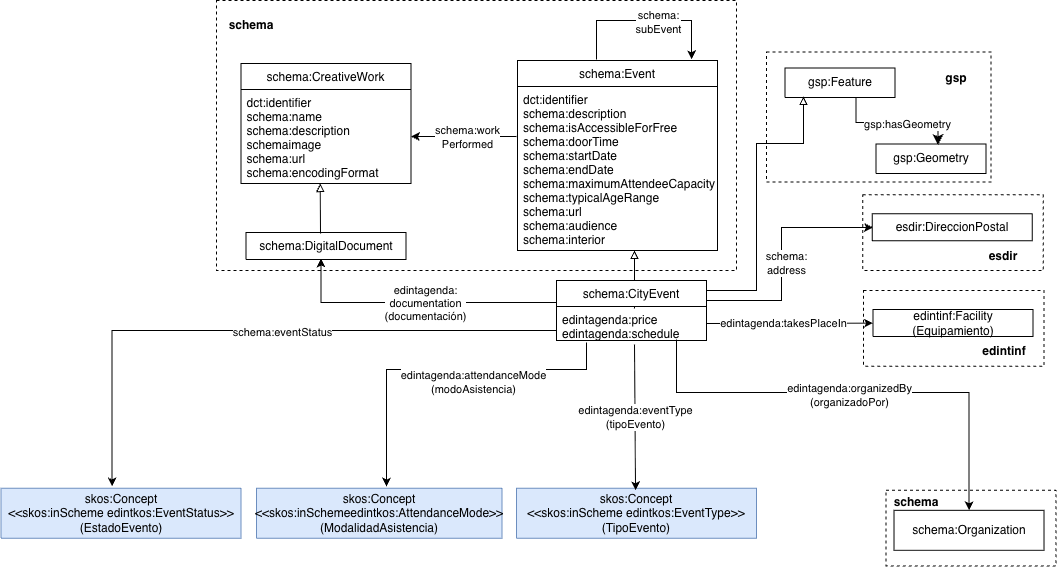
Before: diagrams/diagrama-conceptual.png, a diagram exported from draw.io (oeg-upm/edint-ontologia-agenda). Source tidied: cells renumbered, new cells last; positions are measured from the earlier drawing's top-left corner, leaving out a move shared by most shapes.
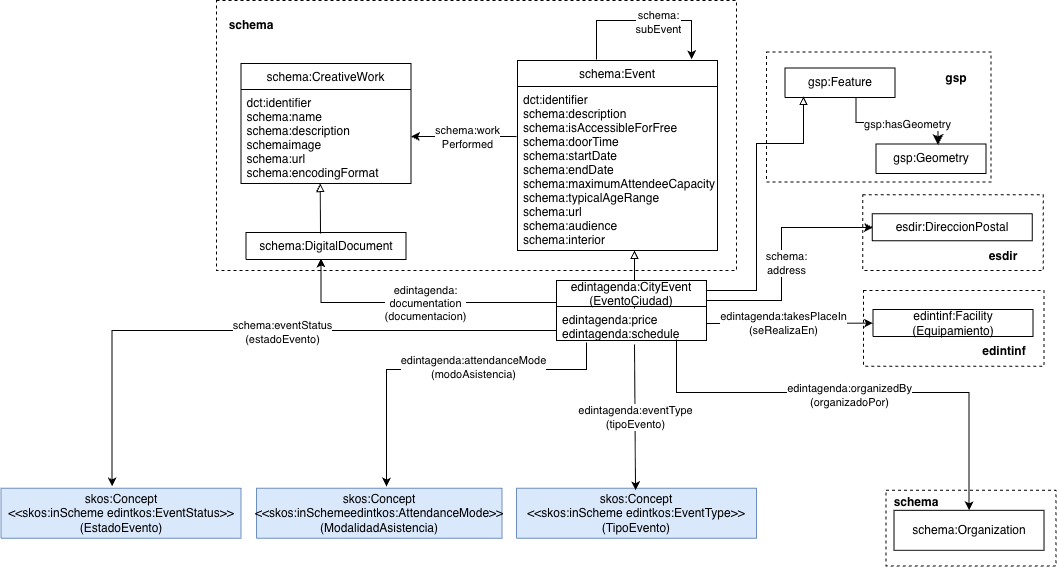
After the change.

Commit message:
Ajustes menores en diagrama conceptual

Ajustes menores en diagrama conceptual

What changed in the source:
```diff
@@ -25,7 +25,7 @@
     <mxCell id="8" style="endArrow=classic;html=1;rounded=0;exitX=1;exitY=0.5;exitDx=0;exitDy=0;" parent="1" edge="1" source="39" target="7">
       <mxGeometry relative="1" as="geometry" />
     </mxCell>
-    <mxCell id="9" value="edintagenda:takesPlaceIn" style="edgeLabel;html=1;align=center;verticalAlign=middle;" parent="8" vertex="1">
+    <mxCell id="9" value="edintagenda:takesPlaceIn&lt;div&gt;(seRealizaEn)&lt;/div&gt;" style="edgeLabel;html=1;align=center;verticalAlign=middle;" parent="8" vertex="1">
       <mxGeometry x="-0.21" relative="1" as="geometry">
         <mxPoint x="11" as="offset" />
       </mxGeometry>
@@ -40,7 +40,7 @@
         </Array>
       </mxGeometry>
     </mxCell>
-    <mxCell id="12" value="edintagenda:&lt;div&gt;documentation&lt;/div&gt;&lt;div&gt;(documentación)&lt;/div&gt;" style="edgeLabel;html=1;align=center;verticalAlign=middle;" parent="11" vertex="1">
+    <mxCell id="12" value="edintagenda:&lt;div&gt;documentation&lt;/div&gt;&lt;div&gt;(documentacion)&lt;/div&gt;" style="edgeLabel;html=1;align=center;verticalAlign=middle;" parent="11" vertex="1">
       <mxGeometry x="-0.07" y="2" relative="1" as="geometry">
         <mxPoint x="-2" y="-2" as="offset" />
       </mxGeometry>
@@ -121,7 +121,7 @@
     </mxCell>
     <mxCell id="27" value="edintagenda:attendanceMode&lt;div&gt;(modoAsistencia)&lt;/div&gt;" style="edgeLabel;html=1;align=center;verticalAlign=middle;" parent="26" vertex="1">
       <mxGeometry x="0.39" y="-3" relative="1" as="geometry">
-        <mxPoint x="89" as="offset" />
+        <mxPoint x="89" y="-15" as="offset" />
       </mxGeometry>
     </mxCell>
     <mxCell id="28" value="schema:Event" style="swimlane;fontStyle=0;horizontal=1;startSize=26;fillColor=default;strokeColor=#000000;" parent="1" vertex="1">
@@ -152,7 +152,7 @@
     <mxCell id="35" style="endArrow=classic;html=1;rounded=0;entryX=0.463;entryY=-0.035;entryDx=0;entryDy=0;entryPerimeter=0;edgeStyle=orthogonalEdgeStyle;exitX=0;exitY=0.706;exitDx=0;exitDy=0;exitPerimeter=0;" parent="1" edge="1" source="39" target="34">
       <mxGeometry relative="1" as="geometry" />
     </mxCell>
-    <mxCell id="36" value="schema:eventStatus" style="edgeLabel;html=1;align=center;verticalAlign=middle;" parent="35" vertex="1">
+    <mxCell id="36" value="schema:eventStatus&lt;div&gt;(estadoEvento)&lt;/div&gt;" style="edgeLabel;html=1;align=center;verticalAlign=middle;" parent="35" vertex="1">
       <mxGeometry x="0.1" y="1" relative="1" as="geometry">
         <mxPoint x="56" as="offset" />
       </mxGeometry>
@@ -160,7 +160,7 @@
     <mxCell id="37" value="&lt;div&gt;skos:Concept&lt;/div&gt;&lt;div&gt;&amp;lt;&amp;lt;skos:inSchemeedintkos:AttendanceMode&amp;gt;&amp;gt;&lt;/div&gt;&lt;div&gt;(ModalidadAsistencia)&lt;/div&gt;" style="verticalAlign=middle;align=center;vsdxID=334;shape=(stored shape, 160 characters);labelBackgroundColor=none;rounded=0;html=1;whiteSpace=wrap;fillColor=#dae8fc;strokeColor=#6c8ebf;" parent="1" vertex="1">
       <mxGeometry x="256" y="487.7" width="245.5" height="50" as="geometry" />
     </mxCell>
-    <mxCell id="38" value="schema:CityEvent" style="swimlane;fontStyle=0;horizontal=1;startSize=26;fillColor=default;strokeColor=#000000;" parent="1" vertex="1">
+    <mxCell id="38" value="edintagenda:CityEvent&#10;(EventoCiudad)" style="swimlane;fontStyle=0;horizontal=1;startSize=26;fillColor=default;strokeColor=#000000;" parent="1" vertex="1">
       <mxGeometry x="556" y="280" width="150" height="60" as="geometry" />
     </mxCell>
     <mxCell id="39" value="edintagenda:price&#10;edintagenda:schedule" style="text;strokeColor=none;fillColor=none;align=left;verticalAlign=top;spacingLeft=4;spacingRight=4;overflow=visible;points=[[0,0.5],[1,0.5]];portConstraint=eastwest;imageAspect=0;imageHeight=24;" parent="38" vertex="1">
```
